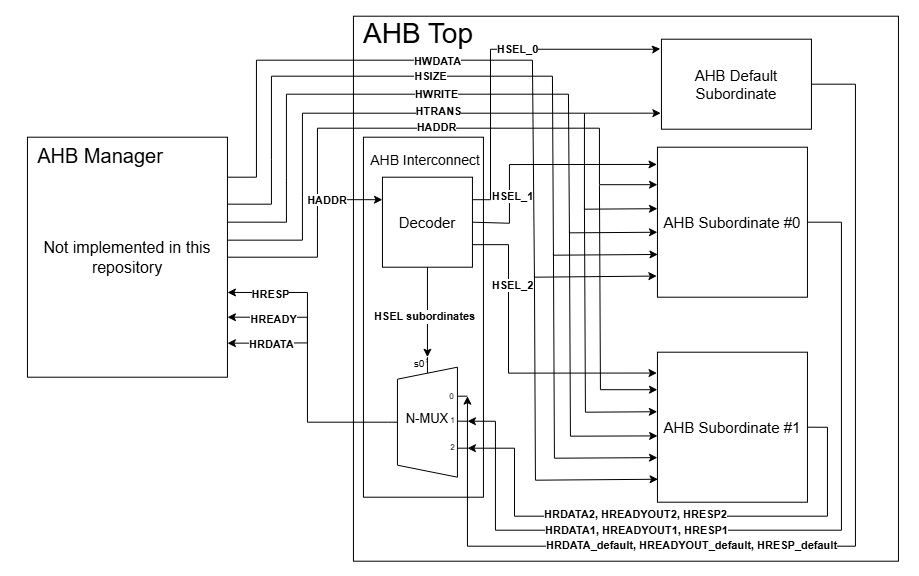
briancliau/AHB_Lite keeps this draw.io diagram as docs/AHB_Block_Diagram.png. Above is the earlier version. Source tidied: cells renumbered, new cells last; positions are measured from the earlier drawing's top-left corner, leaving out a move shared by most shapes.
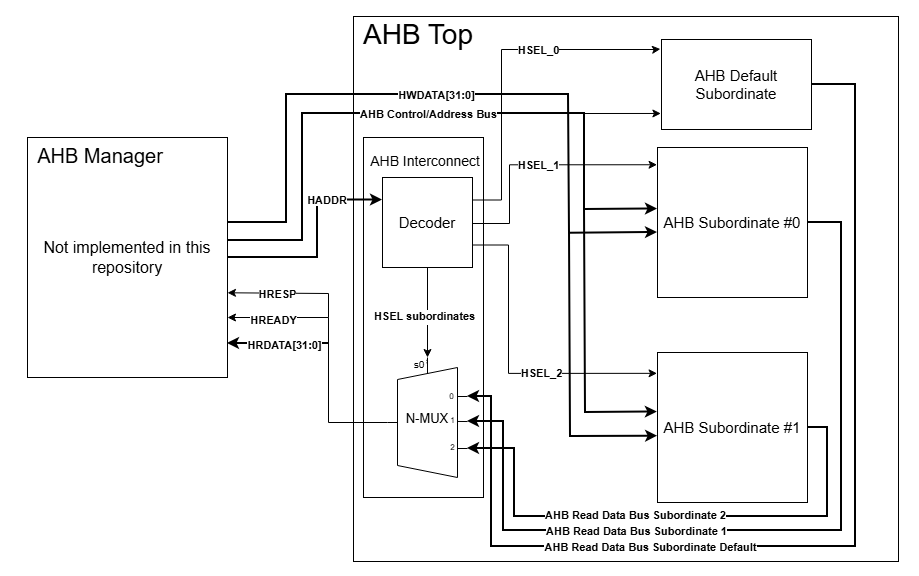
After the commit.

Commit message:
Simplified Block Diagram and Updated README

What changed in the source:
```diff
@@ -66,7 +66,7 @@
     <mxCell id="21" style="endArrow=none;html=1;rounded=0;exitX=0.124;exitY=0.467;exitDx=0;exitDy=0;exitPerimeter=0;entryX=0.867;entryY=0.789;entryDx=0;entryDy=0;entryPerimeter=0;" parent="9" edge="1" source="11" target="10">
       <mxGeometry relative="1" as="geometry" />
     </mxCell>
-    <mxCell id="22" style="endArrow=classic;html=1;rounded=0;entryX=0;entryY=0.25;entryDx=0;entryDy=0;exitX=1;exitY=0.5;exitDx=0;exitDy=0;" parent="1" edge="1" source="7" target="12">
+    <mxCell id="22" style="endArrow=classic;html=1;rounded=0;entryX=0;entryY=0.25;entryDx=0;entryDy=0;exitX=1;exitY=0.5;exitDx=0;exitDy=0;strokeWidth=2;" parent="1" edge="1" source="7" target="12">
       <mxGeometry relative="1" as="geometry">
         <Array as="points">
           <mxPoint x="317" y="257" />
@@ -75,33 +75,10 @@
         </Array>
       </mxGeometry>
     </mxCell>
-    <mxCell id="23" style="endArrow=classic;html=1;rounded=0;entryX=0;entryY=0.25;entryDx=0;entryDy=0;" parent="1" edge="1" target="4">
-      <mxGeometry relative="1" as="geometry">
-        <mxPoint x="317" y="200" as="sourcePoint" />
-        <Array as="points">
-          <mxPoint x="317" y="128" />
-          <mxPoint x="599" y="128" />
-          <mxPoint x="599" y="184.5" />
-        </Array>
-      </mxGeometry>
-    </mxCell>
-    <mxCell id="24" value="&lt;b&gt;HADDR&lt;/b&gt;" style="edgeLabel;html=1;align=center;verticalAlign=middle;" parent="23" vertex="1">
-      <mxGeometry relative="1" as="geometry">
-        <mxPoint x="-44" y="-1" as="offset" />
-      </mxGeometry>
-    </mxCell>
-    <mxCell id="25" style="endArrow=classic;html=1;rounded=0;entryX=0;entryY=0.25;entryDx=0;entryDy=0;" parent="1" edge="1" target="5">
-      <mxGeometry relative="1" as="geometry">
-        <mxPoint x="599" y="185" as="sourcePoint" />
-        <Array as="points">
-          <mxPoint x="600" y="389.5" />
-        </Array>
-      </mxGeometry>
-    </mxCell>
     <mxCell id="26" value="&lt;b style=&quot;background-color: light-dark(#ffffff, var(--ge-dark-color, #121212));&quot;&gt;HADDR&lt;/b&gt;" style="text;html=1;whiteSpace=wrap;strokeColor=none;fillColor=none;align=center;verticalAlign=middle;rounded=0;fontSize=11;" parent="1" vertex="1">
       <mxGeometry x="297" y="185" width="60" height="30" as="geometry" />
     </mxCell>
-    <mxCell id="27" style="endArrow=classic;html=1;rounded=0;entryX=0;entryY=0.41;entryDx=0;entryDy=0;exitX=1.002;exitY=0.429;exitDx=0;exitDy=0;exitPerimeter=0;entryPerimeter=0;" parent="1" edge="1" source="7" target="4">
+    <mxCell id="27" style="endArrow=classic;html=1;rounded=0;entryX=0;entryY=0.41;entryDx=0;entryDy=0;exitX=1.002;exitY=0.429;exitDx=0;exitDy=0;exitPerimeter=0;entryPerimeter=0;strokeWidth=2;" parent="1" edge="1" source="7" target="4">
       <mxGeometry relative="1" as="geometry">
         <Array as="points">
           <mxPoint x="302" y="240" />
@@ -112,12 +89,12 @@
         </Array>
       </mxGeometry>
     </mxCell>
-    <mxCell id="28" value="&lt;b&gt;HTRANS&lt;/b&gt;" style="edgeLabel;html=1;align=center;verticalAlign=middle;" parent="27" vertex="1">
+    <mxCell id="28" value="&lt;b&gt;AHB Control/Address Bus&lt;/b&gt;" style="edgeLabel;html=1;align=center;verticalAlign=middle;" parent="27" vertex="1">
       <mxGeometry relative="1" as="geometry">
-        <mxPoint x="11" y="-2" as="offset" />
+        <mxPoint x="1" as="offset" />
       </mxGeometry>
     </mxCell>
-    <mxCell id="29" style="endArrow=classic;html=1;rounded=0;entryX=-0.001;entryY=0.397;entryDx=0;entryDy=0;entryPerimeter=0;" parent="1" edge="1" target="5">
+    <mxCell id="29" style="endArrow=classic;html=1;rounded=0;entryX=-0.001;entryY=0.397;entryDx=0;entryDy=0;entryPerimeter=0;strokeWidth=2;" parent="1" edge="1" target="5">
       <mxGeometry relative="1" as="geometry">
         <mxPoint x="584" y="207" as="sourcePoint" />
         <Array as="points">
@@ -125,7 +102,7 @@
         </Array>
       </mxGeometry>
     </mxCell>
-    <mxCell id="30" style="endArrow=classic;html=1;rounded=0;exitX=1.001;exitY=0.354;exitDx=0;exitDy=0;exitPerimeter=0;entryX=0;entryY=0.567;entryDx=0;entryDy=0;entryPerimeter=0;" parent="1" edge="1" source="7" target="4">
+    <mxCell id="30" style="endArrow=classic;html=1;rounded=0;exitX=1.001;exitY=0.354;exitDx=0;exitDy=0;exitPerimeter=0;entryX=0;entryY=0.567;entryDx=0;entryDy=0;entryPerimeter=0;strokeWidth=2;" parent="1" edge="1" source="7" target="4">
       <mxGeometry relative="1" as="geometry">
         <Array as="points">
           <mxPoint x="286" y="222" />
@@ -136,12 +113,12 @@
         </Array>
       </mxGeometry>
     </mxCell>
-    <mxCell id="31" value="&lt;b&gt;HWRITE&lt;/b&gt;" style="edgeLabel;html=1;align=center;verticalAlign=middle;" parent="30" vertex="1">
+    <mxCell id="31" value="&lt;b&gt;HWDATA[31:0]&lt;/b&gt;" style="edgeLabel;html=1;align=center;verticalAlign=middle;" parent="30" vertex="1">
       <mxGeometry relative="1" as="geometry">
         <mxPoint x="-12" as="offset" />
       </mxGeometry>
     </mxCell>
-    <mxCell id="32" style="endArrow=classic;html=1;rounded=0;entryX=0.001;entryY=0.558;entryDx=0;entryDy=0;entryPerimeter=0;" parent="1" edge="1" target="5">
+    <mxCell id="32" style="endArrow=classic;html=1;rounded=0;entryX=0.001;entryY=0.558;entryDx=0;entryDy=0;entryPerimeter=0;strokeWidth=2;" parent="1" edge="1" target="5">
       <mxGeometry relative="1" as="geometry">
         <mxPoint x="569" y="231" as="sourcePoint" />
         <Array as="points">
@@ -149,54 +126,6 @@
         </Array>
       </mxGeometry>
     </mxCell>
-    <mxCell id="33" style="endArrow=classic;html=1;rounded=0;exitX=1.001;exitY=0.279;exitDx=0;exitDy=0;exitPerimeter=0;entryX=0.003;entryY=0.715;entryDx=0;entryDy=0;entryPerimeter=0;" parent="1" edge="1" source="7" target="4">
-      <mxGeometry relative="1" as="geometry">
-        <Array as="points">
-          <mxPoint x="271" y="204" />
-          <mxPoint x="271" y="159" />
-          <mxPoint x="271" y="76" />
-          <mxPoint x="552" y="76" />
-          <mxPoint x="553" y="255" />
-        </Array>
-      </mxGeometry>
-    </mxCell>
-    <mxCell id="34" value="&lt;b&gt;HSIZE&lt;/b&gt;" style="edgeLabel;html=1;align=center;verticalAlign=middle;" parent="33" vertex="1">
-      <mxGeometry relative="1" as="geometry">
-        <mxPoint x="-38" as="offset" />
-      </mxGeometry>
-    </mxCell>
-    <mxCell id="35" style="endArrow=classic;html=1;rounded=0;entryX=0;entryY=0.703;entryDx=0;entryDy=0;entryPerimeter=0;" parent="1" edge="1" target="5">
-      <mxGeometry relative="1" as="geometry">
-        <mxPoint x="553" y="253" as="sourcePoint" />
-        <Array as="points">
-          <mxPoint x="554" y="458" />
-        </Array>
-      </mxGeometry>
-    </mxCell>
-    <mxCell id="36" style="endArrow=classic;html=1;rounded=0;exitX=1.001;exitY=0.279;exitDx=0;exitDy=0;exitPerimeter=0;entryX=-0.004;entryY=0.859;entryDx=0;entryDy=0;entryPerimeter=0;" parent="1" edge="1" target="4">
-      <mxGeometry relative="1" as="geometry">
-        <mxPoint x="227" y="177" as="sourcePoint" />
-        <Array as="points">
-          <mxPoint x="256" y="177" />
-          <mxPoint x="256" y="60" />
-          <mxPoint x="532" y="60" />
-          <mxPoint x="534" y="277" />
-        </Array>
-      </mxGeometry>
-    </mxCell>
-    <mxCell id="37" value="&lt;b&gt;HWDATA&lt;/b&gt;" style="edgeLabel;html=1;align=center;verticalAlign=middle;" parent="36" vertex="1">
-      <mxGeometry relative="1" as="geometry">
-        <mxPoint x="-55" y="1" as="offset" />
-      </mxGeometry>
-    </mxCell>
-    <mxCell id="38" style="endArrow=classic;html=1;rounded=0;entryX=0.004;entryY=0.847;entryDx=0;entryDy=0;entryPerimeter=0;" parent="1" edge="1" target="5">
-      <mxGeometry relative="1" as="geometry">
-        <mxPoint x="534" y="276" as="sourcePoint" />
-        <Array as="points">
-          <mxPoint x="535" y="480" />
-        </Array>
-      </mxGeometry>
-    </mxCell>
     <mxCell id="39" style="edgeStyle=orthogonalEdgeStyle;rounded=0;jettySize=auto;html=1;exitX=1;exitY=0.5;exitDx=0;exitDy=0;entryX=-0.003;entryY=0.115;entryDx=0;entryDy=0;entryPerimeter=0;" parent="1" edge="1" source="12" target="4">
       <mxGeometry relative="1" as="geometry">
         <Array as="points">
@@ -208,7 +137,7 @@
     </mxCell>
     <mxCell id="40" value="HSEL_1" style="edgeLabel;html=1;align=center;verticalAlign=middle;fontStyle=1;" parent="39" vertex="1">
       <mxGeometry x="-0.35" y="-1" relative="1" as="geometry">
-        <mxPoint x="1" y="14" as="offset" />
+        <mxPoint x="27" y="-18" as="offset" />
       </mxGeometry>
     </mxCell>
     <mxCell id="41" style="edgeStyle=orthogonalEdgeStyle;rounded=0;jettySize=auto;html=1;exitX=1;exitY=0.75;exitDx=0;exitDy=0;entryX=-0.003;entryY=0.139;entryDx=0;entryDy=0;entryPerimeter=0;" parent="1" edge="1" source="12" target="5">
@@ -221,26 +150,26 @@
     </mxCell>
     <mxCell id="42" value="HSEL_2" style="edgeLabel;html=1;align=center;verticalAlign=middle;fontStyle=1;" parent="41" vertex="1">
       <mxGeometry x="-0.51" relative="1" as="geometry">
-        <mxPoint x="3" as="offset" />
+        <mxPoint x="32" y="87" as="offset" />
       </mxGeometry>
     </mxCell>
-    <mxCell id="43" style="edgeStyle=orthogonalEdgeStyle;rounded=0;jettySize=auto;html=1;exitX=1;exitY=0.5;exitDx=0;exitDy=0;" parent="1" edge="1" source="4">
+    <mxCell id="43" style="edgeStyle=orthogonalEdgeStyle;rounded=0;jettySize=auto;html=1;exitX=1;exitY=0.5;exitDx=0;exitDy=0;strokeWidth=2;" parent="1" edge="1" source="4">
       <mxGeometry relative="1" as="geometry">
         <mxPoint x="467" y="421" as="targetPoint" />
         <Array as="points">
           <mxPoint x="841" y="222" />
           <mxPoint x="841" y="530" />
-          <mxPoint x="495" y="530" />
-          <mxPoint x="495" y="421" />
+          <mxPoint x="503" y="530" />
+          <mxPoint x="503" y="421" />
         </Array>
       </mxGeometry>
     </mxCell>
-    <mxCell id="44" value="&lt;b&gt;HRDATA1, HREADYOUT1, HRESP1&lt;/b&gt;" style="edgeLabel;html=1;align=center;verticalAlign=middle;" parent="43" vertex="1">
+    <mxCell id="44" value="&lt;b&gt;AHB Read Data Bus Subordinate 1&lt;/b&gt;" style="edgeLabel;html=1;align=center;verticalAlign=middle;" parent="43" vertex="1">
       <mxGeometry x="0.28" relative="1" as="geometry">
         <mxPoint x="-18" as="offset" />
       </mxGeometry>
     </mxCell>
-    <mxCell id="45" style="edgeStyle=orthogonalEdgeStyle;rounded=0;jettySize=auto;html=1;exitX=1;exitY=0.5;exitDx=0;exitDy=0;entryX=0;entryY=0.21666666666666667;entryDx=0;entryDy=3;entryPerimeter=0;" parent="1" edge="1" source="5" target="11">
+    <mxCell id="45" style="edgeStyle=orthogonalEdgeStyle;rounded=0;jettySize=auto;html=1;exitX=1;exitY=0.5;exitDx=0;exitDy=0;entryX=0;entryY=0.21666666666666667;entryDx=0;entryDy=3;entryPerimeter=0;strokeWidth=2;" parent="1" edge="1" source="5" target="11">
       <mxGeometry relative="1" as="geometry">
         <Array as="points">
           <mxPoint x="827" y="427" />
@@ -250,13 +179,18 @@
         </Array>
       </mxGeometry>
     </mxCell>
-    <mxCell id="46" value="&lt;b&gt;HRDATA2, HREADYOUT2, HRESP2&lt;/b&gt;" style="edgeLabel;html=1;align=center;verticalAlign=middle;" parent="45" vertex="1">
+    <mxCell id="46" value="&lt;b&gt;AHB Read Data Bus Subordinate 2&lt;/b&gt;" style="edgeLabel;html=1;align=center;verticalAlign=middle;" parent="45" vertex="1">
       <mxGeometry x="0.09" y="-1" relative="1" as="geometry">
         <mxPoint x="-10" y="-1" as="offset" />
       </mxGeometry>
     </mxCell>
     <mxCell id="47" style="edgeStyle=orthogonalEdgeStyle;rounded=0;jettySize=auto;html=1;exitX=1;exitY=0.5;exitDx=0;exitDy=-5;exitPerimeter=0;entryX=1;entryY=0.75;entryDx=0;entryDy=0;" parent="1" edge="1" source="11" target="7">
-      <mxGeometry relative="1" as="geometry" />
+      <mxGeometry relative="1" as="geometry">
+        <Array as="points">
+          <mxPoint x="328" y="422" />
+          <mxPoint x="328" y="317" />
+        </Array>
+      </mxGeometry>
     </mxCell>
     <mxCell id="48" value="HREADY" style="edgeLabel;html=1;align=center;verticalAlign=middle;fontStyle=1;" parent="47" vertex="1">
       <mxGeometry x="0.58" y="3" relative="1" as="geometry">
@@ -265,9 +199,9 @@
     </mxCell>
     <mxCell id="49" style="endArrow=classic;html=1;rounded=0;entryX=1;entryY=0.647;entryDx=0;entryDy=0;entryPerimeter=0;" parent="1" edge="1" target="7">
       <mxGeometry relative="1" as="geometry">
-        <mxPoint x="307" y="318" as="sourcePoint" />
+        <mxPoint x="328" y="317" as="sourcePoint" />
         <Array as="points">
-          <mxPoint x="307" y="292.3" />
+          <mxPoint x="328" y="293" />
         </Array>
       </mxGeometry>
     </mxCell>
@@ -276,18 +210,18 @@
         <mxPoint x="4" y="2" as="offset" />
       </mxGeometry>
     </mxCell>
-    <mxCell id="51" style="endArrow=classic;html=1;rounded=0;entryX=1;entryY=0.647;entryDx=0;entryDy=0;entryPerimeter=0;" parent="1" edge="1">
+    <mxCell id="51" style="endArrow=classic;html=1;rounded=0;entryX=1;entryY=0.647;entryDx=0;entryDy=0;entryPerimeter=0;strokeWidth=2;" parent="1" edge="1">
       <mxGeometry relative="1" as="geometry">
-        <mxPoint x="307" y="317" as="sourcePoint" />
+        <mxPoint x="328" y="343" as="sourcePoint" />
         <mxPoint x="227" y="343" as="targetPoint" />
         <Array as="points">
-          <mxPoint x="307" y="342.7" />
+          <mxPoint x="328" y="343" />
         </Array>
       </mxGeometry>
     </mxCell>
-    <mxCell id="52" value="HRDATA" style="edgeLabel;html=1;align=center;verticalAlign=middle;fontStyle=1;" parent="51" vertex="1">
+    <mxCell id="52" value="HRDATA[31:0]" style="edgeLabel;html=1;align=center;verticalAlign=middle;fontStyle=1;" parent="51" vertex="1">
       <mxGeometry x="0.36" y="1" relative="1" as="geometry">
-        <mxPoint x="10" as="offset" />
+        <mxPoint x="23" as="offset" />
       </mxGeometry>
     </mxCell>
     <mxCell id="53" value="&lt;font style=&quot;font-size: 15px;&quot;&gt;AHB Default Subordinate&lt;/font&gt;" style="rounded=0;whiteSpace=wrap;html=1;" parent="1" vertex="1">
@@ -296,15 +230,15 @@
     <mxCell id="54" style="edgeStyle=orthogonalEdgeStyle;rounded=0;jettySize=auto;html=1;exitX=1;exitY=0.25;exitDx=0;exitDy=0;entryX=-0.007;entryY=0.106;entryDx=0;entryDy=0;entryPerimeter=0;" parent="1" edge="1" source="12" target="53">
       <mxGeometry relative="1" as="geometry">
         <Array as="points">
-          <mxPoint x="490" y="199.5" />
-          <mxPoint x="490" y="49" />
+          <mxPoint x="501" y="199.5" />
+          <mxPoint x="501" y="49" />
           <mxPoint x="655" y="49" />
         </Array>
       </mxGeometry>
     </mxCell>
     <mxCell id="55" value="&lt;b&gt;HSEL_0&lt;/b&gt;" style="edgeLabel;html=1;align=center;verticalAlign=middle;" parent="54" vertex="1">
       <mxGeometry x="0.39" y="-1" relative="1" as="geometry">
-        <mxPoint x="-40" y="-1" as="offset" />
+        <mxPoint x="-19" y="-1" as="offset" />
       </mxGeometry>
     </mxCell>
     <mxCell id="56" style="endArrow=classic;html=1;rounded=0;entryX=-0.004;entryY=0.822;entryDx=0;entryDy=0;entryPerimeter=0;" parent="1" edge="1" target="53">
@@ -312,18 +246,19 @@
         <mxPoint x="584" y="113" as="sourcePoint" />
       </mxGeometry>
     </mxCell>
-    <mxCell id="57" style="edgeStyle=orthogonalEdgeStyle;rounded=0;jettySize=auto;html=1;exitX=1;exitY=0.5;exitDx=0;exitDy=0;entryX=0;entryY=0.65;entryDx=0;entryDy=3;entryPerimeter=0;" parent="1" edge="1" source="53" target="11">
+    <mxCell id="57" style="edgeStyle=orthogonalEdgeStyle;rounded=0;jettySize=auto;html=1;exitX=1;exitY=0.5;exitDx=0;exitDy=0;entryX=0;entryY=0.65;entryDx=0;entryDy=3;entryPerimeter=0;strokeWidth=2;" parent="1" edge="1" source="53" target="11">
       <mxGeometry relative="1" as="geometry">
         <Array as="points">
           <mxPoint x="855" y="84" />
           <mxPoint x="855" y="546" />
-          <mxPoint x="467" y="546" />
+          <mxPoint x="491" y="546" />
+          <mxPoint x="491" y="396" />
         </Array>
       </mxGeometry>
     </mxCell>
-    <mxCell id="58" value="&lt;b&gt;HRDATA_default, HREADYOUT_default, HRESP_default&lt;/b&gt;" style="edgeLabel;html=1;align=center;verticalAlign=middle;" parent="57" vertex="1">
+    <mxCell id="58" value="&lt;b&gt;AHB Read Data Bus Subordinate Default&lt;/b&gt;" style="edgeLabel;html=1;align=center;verticalAlign=middle;" parent="57" vertex="1">
       <mxGeometry x="0.47" y="3" relative="1" as="geometry">
-        <mxPoint x="94" y="-4" as="offset" />
+        <mxPoint x="53" y="-3" as="offset" />
       </mxGeometry>
     </mxCell>
   </root>
```
